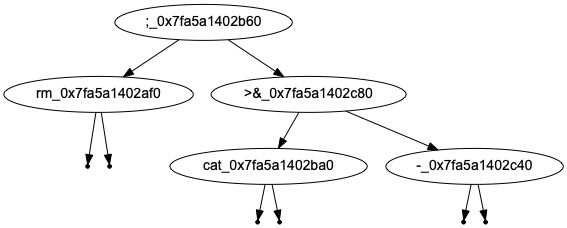
Earlier version of the Graphviz export tree.png (ix-56h/Shelled). Its source is kept beside it as tree.dot.
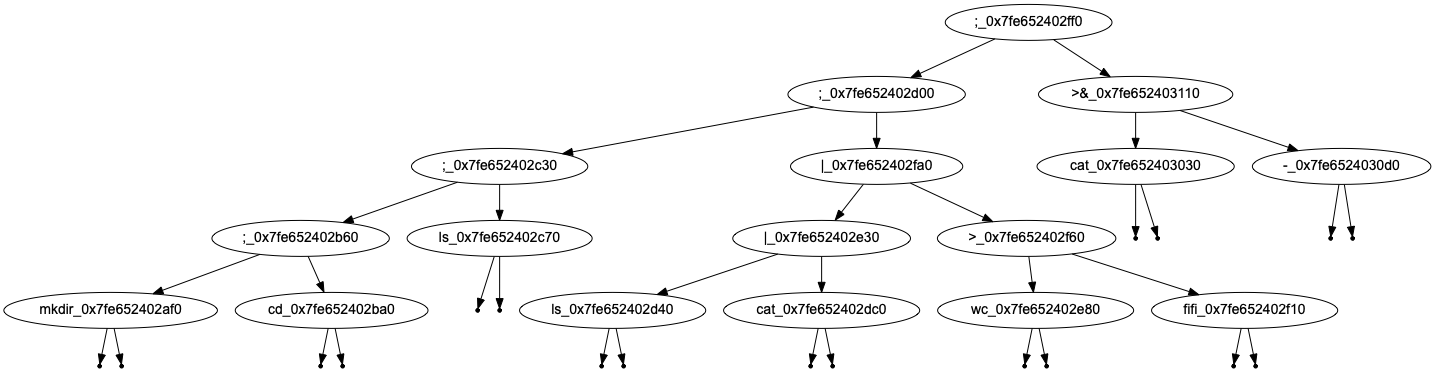
Above is the later version.

The edit, as a diff of the source:
```diff
@@ -1,19 +1,55 @@
 digraph BST {
     node [fontname="Arial"];
-    ";_0x7fa5a1402b60" -> "rm_0x7fa5a1402af0";
+    ";_0x7fe652402ff0" -> ";_0x7fe652402d00";
+    ";_0x7fe652402d00" -> ";_0x7fe652402c30";
+    ";_0x7fe652402c30" -> ";_0x7fe652402b60";
+    ";_0x7fe652402b60" -> "mkdir_0x7fe652402af0";
     null0 [shape=point];
-    "rm_0x7fa5a1402af0" -> null0;
+    "mkdir_0x7fe652402af0" -> null0;
     null1 [shape=point];
-    "rm_0x7fa5a1402af0" -> null1;
-    ";_0x7fa5a1402b60" -> ">&_0x7fa5a1402c80";
-    ">&_0x7fa5a1402c80" -> "cat_0x7fa5a1402ba0";
+    "mkdir_0x7fe652402af0" -> null1;
+    ";_0x7fe652402b60" -> "cd_0x7fe652402ba0";
     null2 [shape=point];
-    "cat_0x7fa5a1402ba0" -> null2;
+    "cd_0x7fe652402ba0" -> null2;
     null3 [shape=point];
-    "cat_0x7fa5a1402ba0" -> null3;
-    ">&_0x7fa5a1402c80" -> "-_0x7fa5a1402c40";
+    "cd_0x7fe652402ba0" -> null3;
+    ";_0x7fe652402c30" -> "ls_0x7fe652402c70";
     null4 [shape=point];
-    "-_0x7fa5a1402c40" -> null4;
+    "ls_0x7fe652402c70" -> null4;
     null5 [shape=point];
-    "-_0x7fa5a1402c40" -> null5;
+    "ls_0x7fe652402c70" -> null5;
+    ";_0x7fe652402d00" -> "|_0x7fe652402fa0";
+    "|_0x7fe652402fa0" -> "|_0x7fe652402e30";
+    "|_0x7fe652402e30" -> "ls_0x7fe652402d40";
+    null6 [shape=point];
+    "ls_0x7fe652402d40" -> null6;
+    null7 [shape=point];
+    "ls_0x7fe652402d40" -> null7;
+    "|_0x7fe652402e30" -> "cat_0x7fe652402dc0";
+    null8 [shape=point];
+    "cat_0x7fe652402dc0" -> null8;
+    null9 [shape=point];
+    "cat_0x7fe652402dc0" -> null9;
+    "|_0x7fe652402fa0" -> ">_0x7fe652402f60";
+    ">_0x7fe652402f60" -> "wc_0x7fe652402e80";
+    null10 [shape=point];
+    "wc_0x7fe652402e80" -> null10;
+    null11 [shape=point];
+    "wc_0x7fe652402e80" -> null11;
+    ">_0x7fe652402f60" -> "fifi_0x7fe652402f10";
+    null12 [shape=point];
+    "fifi_0x7fe652402f10" -> null12;
+    null13 [shape=point];
+    "fifi_0x7fe652402f10" -> null13;
+    ";_0x7fe652402ff0" -> ">&_0x7fe652403110";
+    ">&_0x7fe652403110" -> "cat_0x7fe652403030";
+    null14 [shape=point];
+    "cat_0x7fe652403030" -> null14;
+    null15 [shape=point];
+    "cat_0x7fe652403030" -> null15;
+    ">&_0x7fe652403110" -> "-_0x7fe6524030d0";
+    null16 [shape=point];
+    "-_0x7fe6524030d0" -> null16;
+    null17 [shape=point];
+    "-_0x7fe6524030d0" -> null17;
 }
```
